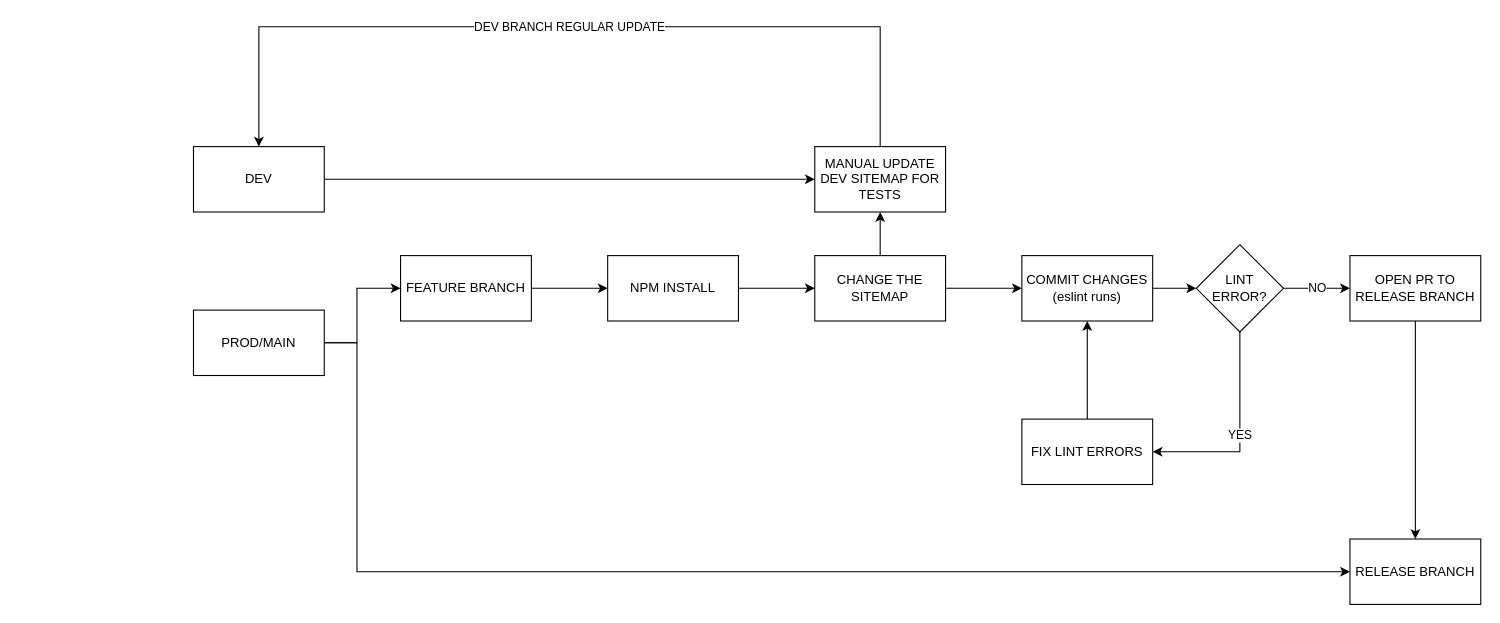
The draw.io diagram mcp-ci-flow.drawio in pettll/diagrams, before the edit. Source tidied: cells renumbered, new cells numbered last; positions are measured from the earlier drawing's top-left corner, leaving out a move shared by most shapes. Both pictures are drawn from the tidied source at 109%, with x=0, y=0 at pixel (193, 26).
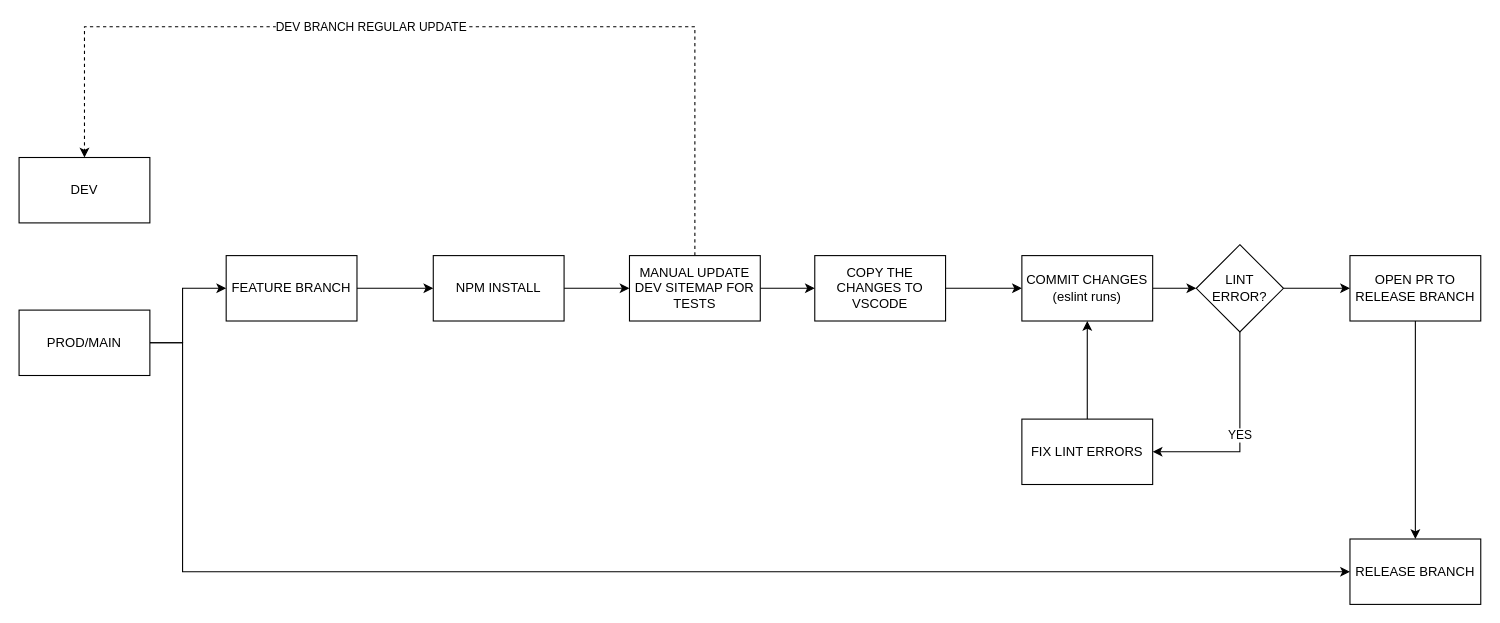
The same page after the edit.

The change refers to these unchanged cells:
```xml
<mxCell id="22" value="LINT ERROR?" style="rhombus;whiteSpace=wrap;html=1;" parent="1" vertex="1">
  <mxGeometry x="920" y="200" width="80" height="80" as="geometry" />
</mxCell>
<mxCell id="24" value="OPEN PR TO RELEASE BRANCH" style="rounded=0;whiteSpace=wrap;html=1;" parent="1" vertex="1">
  <mxGeometry x="1061" y="210" width="120" height="60" as="geometry" />
</mxCell>
<mxCell id="25" value="RELEASE BRANCH" style="rounded=0;whiteSpace=wrap;html=1;" parent="1" vertex="1">
  <mxGeometry x="1061" y="470" width="120" height="60" as="geometry" />
</mxCell>
```

The edit, as a diff of the source:
```diff
@@
-    <mxCell id="2" style="edgeStyle=orthogonalEdgeStyle;rounded=0;jettySize=auto;html=1;" parent="1" edge="1" source="3" target="15">
-      <mxGeometry relative="1" as="geometry" />
-    </mxCell>
     <mxCell id="3" value="DEV" style="rounded=0;whiteSpace=wrap;html=1;" parent="1" vertex="1">
-      <mxGeometry y="110" width="120" height="60" as="geometry" />
+      <mxGeometry x="-160" y="120" width="120" height="60" as="geometry" />
     </mxCell>
     <mxCell id="4" style="edgeStyle=orthogonalEdgeStyle;rounded=0;jettySize=auto;html=1;" parent="1" edge="1" source="6" target="8">
       <mxGeometry relative="1" as="geometry">
         <Array as="points">
-          <mxPoint x="150" y="290" />
-          <mxPoint x="150" y="240" />
+          <mxPoint x="-10" y="290" />
+          <mxPoint x="-10" y="240" />
         </Array>
       </mxGeometry>
     </mxCell>
     <mxCell id="5" style="edgeStyle=orthogonalEdgeStyle;rounded=0;jettySize=auto;html=1;entryX=0;entryY=0.5;entryDx=0;entryDy=0;" parent="1" edge="1" source="6" target="25">
       <mxGeometry relative="1" as="geometry">
         <Array as="points">
-          <mxPoint x="150" y="290" />
-          <mxPoint x="150" y="500" />
+          <mxPoint x="-10" y="290" />
+          <mxPoint x="-10" y="500" />
         </Array>
       </mxGeometry>
     </mxCell>
     <mxCell id="6" value="PROD/MAIN" style="rounded=0;whiteSpace=wrap;html=1;" parent="1" vertex="1">
-      <mxGeometry y="260" width="120" height="60" as="geometry" />
+      <mxGeometry x="-160" y="260" width="120" height="60" as="geometry" />
     </mxCell>
@@
     <mxCell id="8" value="FEATURE BRANCH" style="rounded=0;whiteSpace=wrap;html=1;" parent="1" vertex="1">
-      <mxGeometry x="190" y="210" width="120" height="60" as="geometry" />
+      <mxGeometry x="30" y="210" width="120" height="60" as="geometry" />
     </mxCell>
-    <mxCell id="9" style="edgeStyle=orthogonalEdgeStyle;rounded=0;jettySize=auto;html=1;entryX=0;entryY=0.5;entryDx=0;entryDy=0;" parent="1" edge="1" source="10" target="13">
+    <mxCell id="9" style="edgeStyle=orthogonalEdgeStyle;rounded=0;jettySize=auto;html=1;entryX=0;entryY=0.5;entryDx=0;entryDy=0;" parent="1" edge="1" source="10" target="15">
       <mxGeometry relative="1" as="geometry" />
     </mxCell>
     <mxCell id="10" value="NPM INSTALL" style="rounded=0;whiteSpace=wrap;html=1;" parent="1" vertex="1">
-      <mxGeometry x="380" y="210" width="120" height="60" as="geometry" />
+      <mxGeometry x="220" y="210" width="120" height="60" as="geometry" />
     </mxCell>
-    <mxCell id="11" style="edgeStyle=orthogonalEdgeStyle;rounded=0;jettySize=auto;html=1;entryX=0.5;entryY=1;entryDx=0;entryDy=0;" parent="1" edge="1" source="13" target="15">
-      <mxGeometry relative="1" as="geometry" />
-    </mxCell>
@@
-    <mxCell id="13" value="CHANGE THE SITEMAP" style="rounded=0;whiteSpace=wrap;html=1;" parent="1" vertex="1">
+    <mxCell id="13" value="COPY THE CHANGES TO VSCODE" style="rounded=0;whiteSpace=wrap;html=1;" parent="1" vertex="1">
       <mxGeometry x="570" y="210" width="120" height="60" as="geometry" />
     </mxCell>
-    <mxCell id="14" value="DEV BRANCH REGULAR UPDATE" style="edgeStyle=orthogonalEdgeStyle;rounded=0;jettySize=auto;html=1;entryX=0.5;entryY=0;entryDx=0;entryDy=0;" parent="1" edge="1" source="15" target="3">
-      <mxGeometry relative="1" as="geometry">
+    <mxCell id="14" value="DEV BRANCH REGULAR UPDATE" style="edgeStyle=orthogonalEdgeStyle;rounded=0;jettySize=auto;html=1;entryX=0.5;entryY=0;entryDx=0;entryDy=0;exitX=0.5;exitY=0;exitDx=0;exitDy=0;dashed=1;" parent="1" edge="1" source="15" target="3">
+      <mxGeometry x="0.14" relative="1" as="geometry">
         <Array as="points">
-          <mxPoint x="630" />
-          <mxPoint x="60" />
+          <mxPoint x="460" />
+          <mxPoint x="-100" />
         </Array>
       </mxGeometry>
     </mxCell>
+    <mxCell id="26" style="edgeStyle=orthogonalEdgeStyle;rounded=0;jettySize=auto;html=1;entryX=0;entryY=0.5;entryDx=0;entryDy=0;" parent="1" edge="1" source="15" target="13">
+      <mxGeometry relative="1" as="geometry" />
+    </mxCell>
     <mxCell id="15" value="MANUAL UPDATE DEV SITEMAP FOR TESTS" style="rounded=0;whiteSpace=wrap;html=1;" parent="1" vertex="1">
-      <mxGeometry x="570" y="110" width="120" height="60" as="geometry" />
+      <mxGeometry x="400" y="210" width="120" height="60" as="geometry" />
     </mxCell>
@@
-    <mxCell id="21" value="NO" style="edgeStyle=orthogonalEdgeStyle;rounded=0;jettySize=auto;html=1;" parent="1" edge="1" source="22" target="24">
+    <mxCell id="21" style="edgeStyle=orthogonalEdgeStyle;rounded=0;jettySize=auto;html=1;" parent="1" edge="1" source="22" target="24">
       <mxGeometry relative="1" as="geometry" />
     </mxCell>
```
